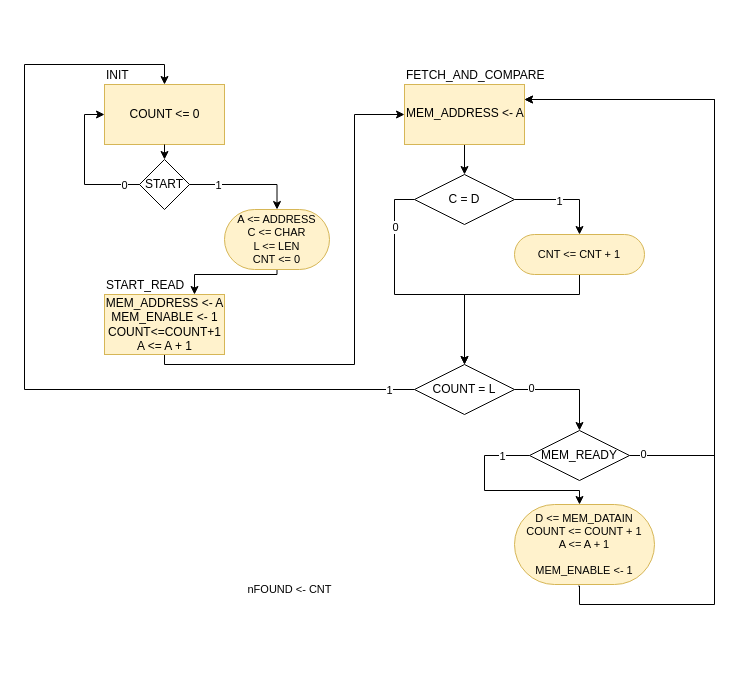
Before: page "search_chr_improved" (4 of 5) of ASMcharts/ASM.drawio in DavidTrevisan/calcolatori_elettronici_2025, a draw.io diagram. Source tidied: cells renumbered, new cells numbered last; positions are measured from the earlier drawing's top-left corner, leaving out a move shared by most shapes. Both pictures are drawn from the tidied source at 100%, with x=0, y=0 at pixel (24, 64).
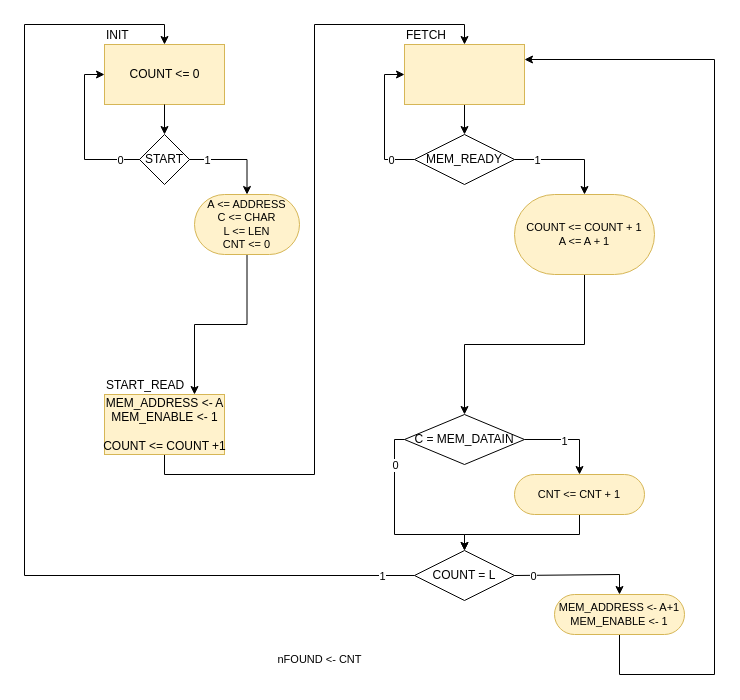
The same diagram, later.

Commit message:
[ASM] search_chr c improved again

The edit, as a diff of the source:
```diff
@@
     <mxCell id="2" style="edgeStyle=orthogonalEdgeStyle;rounded=0;jettySize=auto;html=1;entryX=0;entryY=0.5;entryDx=0;entryDy=0;strokeColor=default;align=center;verticalAlign=middle;fontFamily=Helvetica;fontSize=11;fontColor=default;labelBackgroundColor=default;jumpStyle=arc;endArrow=classic;exitX=1;exitY=0.5;exitDx=0;exitDy=0;" parent="1" edge="1" source="9" target="4">
       <mxGeometry relative="1" as="geometry">
         <Array as="points">
-          <mxPoint x="60" y="120" />
-          <mxPoint x="60" y="50" />
+          <mxPoint x="60" y="95" />
+          <mxPoint x="60" y="10" />
         </Array>
       </mxGeometry>
     </mxCell>
-    <mxCell id="3" value="0" style="edgeLabel;html=1;align=center;verticalAlign=middle;fontFamily=Helvetica;fontSize=11;fontColor=default;labelBackgroundColor=default;" parent="2" vertex="1">
-      <mxGeometry x="-0.47" y="1" relative="1" as="geometry">
-        <mxPoint x="-14" y="-1" as="offset" />
-      </mxGeometry>
-    </mxCell>
+    <mxCell id="38" value="0" style="edgeLabel;html=1;align=center;verticalAlign=middle;fontFamily=Helvetica;fontSize=11;fontColor=default;labelBackgroundColor=default;" parent="2" vertex="1">
+      <mxGeometry x="-0.47" y="1" relative="1" as="geometry">
+        <mxPoint x="-14" y="-1" as="offset" />
+      </mxGeometry>
+    </mxCell>
     <mxCell id="4" value="INIT" style="rounded=0;whiteSpace=wrap;html=1;verticalAlign=bottom;labelPosition=center;verticalLabelPosition=top;align=left;fillColor=#fff2cc;strokeColor=#d6b656;" parent="1" vertex="1">
-      <mxGeometry x="80" y="20" width="120" height="60" as="geometry" />
+      <mxGeometry x="80" y="-20" width="120" height="60" as="geometry" />
     </mxCell>
     <mxCell id="5" value="COUNT &amp;lt;= 0" style="text;html=1;align=center;verticalAlign=middle;strokeColor=none;fillColor=none;" parent="1" vertex="1">
-      <mxGeometry x="95" y="35" width="90" height="30" as="geometry" />
+      <mxGeometry x="95" y="-5" width="90" height="30" as="geometry" />
     </mxCell>
-    <mxCell id="6" style="edgeStyle=orthogonalEdgeStyle;rounded=0;jettySize=auto;html=1;entryX=0.5;entryY=0;entryDx=0;entryDy=0;strokeColor=default;align=center;verticalAlign=middle;fontFamily=Helvetica;fontSize=11;fontColor=default;labelBackgroundColor=default;jumpStyle=arc;endArrow=classic;" parent="1" edge="1" target="9">
-      <mxGeometry relative="1" as="geometry">
-        <mxPoint x="140" y="80" as="sourcePoint" />
-      </mxGeometry>
-    </mxCell>
+    <mxCell id="39" style="edgeStyle=orthogonalEdgeStyle;rounded=0;jettySize=auto;html=1;entryX=0.5;entryY=0;entryDx=0;entryDy=0;strokeColor=default;align=center;verticalAlign=middle;fontFamily=Helvetica;fontSize=11;fontColor=default;labelBackgroundColor=default;jumpStyle=arc;endArrow=classic;" parent="1" edge="1" source="4" target="9">
+      <mxGeometry relative="1" as="geometry" />
+    </mxCell>
-    <mxCell id="7" style="edgeStyle=orthogonalEdgeStyle;shape=connector;rounded=0;jumpStyle=arc;jettySize=auto;html=1;strokeColor=default;align=center;verticalAlign=middle;fontFamily=Helvetica;fontSize=11;fontColor=default;labelBackgroundColor=default;endArrow=classic;entryX=0.5;entryY=0;entryDx=0;entryDy=0;" parent="1" edge="1" source="9" target="11">
+    <mxCell id="7" style="edgeStyle=orthogonalEdgeStyle;shape=connector;rounded=0;jumpStyle=arc;jettySize=auto;html=1;entryX=0.5;entryY=0;entryDx=0;entryDy=0;strokeColor=default;align=center;verticalAlign=middle;fontFamily=Helvetica;fontSize=11;fontColor=default;labelBackgroundColor=default;endArrow=classic;" parent="1" edge="1" source="9" target="11">
       <mxGeometry relative="1" as="geometry">
         <Array as="points">
-          <mxPoint x="253" y="120" />
+          <mxPoint x="222" y="95" />
         </Array>
       </mxGeometry>
     </mxCell>
-    <mxCell id="8" value="1" style="edgeLabel;html=1;align=center;verticalAlign=middle;fontFamily=Helvetica;fontSize=11;fontColor=default;labelBackgroundColor=default;" parent="7" vertex="1">
-      <mxGeometry x="0.04" y="-1" relative="1" as="geometry">
-        <mxPoint x="-31" y="-1" as="offset" />
-      </mxGeometry>
-    </mxCell>
+    <mxCell id="40" value="1" style="edgeLabel;html=1;align=center;verticalAlign=middle;fontFamily=Helvetica;fontSize=11;fontColor=default;labelBackgroundColor=default;" parent="7" vertex="1">
+      <mxGeometry x="0.04" y="-1" relative="1" as="geometry">
+        <mxPoint x="-31" y="-1" as="offset" />
+      </mxGeometry>
+    </mxCell>
     <mxCell id="9" value="START" style="rhombus;whiteSpace=wrap;html=1;" parent="1" vertex="1">
-      <mxGeometry x="115" y="95" width="50" height="50" as="geometry" />
+      <mxGeometry x="115" y="70" width="50" height="50" as="geometry" />
     </mxCell>
     <mxCell id="10" style="edgeStyle=orthogonalEdgeStyle;shape=connector;rounded=0;jumpStyle=arc;jettySize=auto;html=1;entryX=0.75;entryY=0;entryDx=0;entryDy=0;strokeColor=default;align=center;verticalAlign=middle;fontFamily=Helvetica;fontSize=11;fontColor=default;labelBackgroundColor=default;endArrow=classic;" parent="1" edge="1" source="11" target="36">
-      <mxGeometry relative="1" as="geometry">
-        <Array as="points">
-          <mxPoint x="253" y="210" />
-          <mxPoint x="170" y="210" />
-        </Array>
-      </mxGeometry>
+      <mxGeometry relative="1" as="geometry" />
     </mxCell>
     <mxCell id="11" value="A &amp;lt;= ADDRESS&lt;br&gt;C &amp;lt;= CHAR&lt;br&gt;L &amp;lt;= LEN&lt;br&gt;CNT &amp;lt;= 0" style="rounded=1;whiteSpace=wrap;html=1;fontFamily=Helvetica;fontSize=11;labelBackgroundColor=none;fillColor=#fff2cc;strokeColor=#d6b656;arcSize=50;" parent="1" vertex="1">
-      <mxGeometry x="200" y="145" width="105" height="60" as="geometry" />
+      <mxGeometry x="170" y="130" width="105" height="60" as="geometry" />
     </mxCell>
-    <mxCell id="12" style="edgeStyle=orthogonalEdgeStyle;rounded=0;jettySize=auto;html=1;entryX=0.5;entryY=0;entryDx=0;entryDy=0;" parent="1" edge="1" source="13" target="19">
-      <mxGeometry relative="1" as="geometry" />
-    </mxCell>
-    <mxCell id="13" value="FETCH_AND_COMPARE" style="rounded=0;whiteSpace=wrap;html=1;verticalAlign=bottom;labelPosition=center;verticalLabelPosition=top;align=left;fillColor=#fff2cc;strokeColor=#d6b656;" parent="1" vertex="1">
-      <mxGeometry x="380" y="20" width="120" height="60" as="geometry" />
-    </mxCell>
-    <mxCell id="14" value="D &amp;lt;= MEM_DATAIN&lt;br&gt;COUNT &amp;lt;= COUNT + 1&lt;br&gt;&lt;div&gt;A &amp;lt;= A + 1&lt;br&gt;&lt;br&gt;MEM_ENABLE &amp;lt;- 1&lt;/div&gt;" style="rounded=1;whiteSpace=wrap;html=1;fontFamily=Helvetica;fontSize=11;labelBackgroundColor=none;fillColor=#fff2cc;strokeColor=#d6b656;arcSize=50;" parent="1" vertex="1">
-      <mxGeometry x="490" y="440" width="140" height="80" as="geometry" />
-    </mxCell>
-    <mxCell id="15" style="edgeStyle=orthogonalEdgeStyle;shape=connector;rounded=0;jumpStyle=arc;jettySize=auto;html=1;entryX=0.5;entryY=0;entryDx=0;entryDy=0;strokeColor=default;align=center;verticalAlign=middle;fontFamily=Helvetica;fontSize=11;fontColor=default;labelBackgroundColor=default;endArrow=classic;exitX=1;exitY=0.5;exitDx=0;exitDy=0;" parent="1" edge="1" source="19" target="21">
-      <mxGeometry relative="1" as="geometry" />
-    </mxCell>
-    <mxCell id="16" value="1" style="edgeLabel;html=1;align=center;verticalAlign=middle;fontFamily=Helvetica;fontSize=11;fontColor=default;labelBackgroundColor=default;" parent="15" vertex="1">
-      <mxGeometry x="-0.13" y="-1" relative="1" as="geometry" />
-    </mxCell>
-    <mxCell id="17" style="edgeStyle=orthogonalEdgeStyle;shape=connector;rounded=0;jumpStyle=arc;jettySize=auto;html=1;strokeColor=default;align=center;verticalAlign=middle;fontFamily=Helvetica;fontSize=11;fontColor=default;labelBackgroundColor=default;endArrow=classic;exitX=0;exitY=0.5;exitDx=0;exitDy=0;entryX=0.5;entryY=0;entryDx=0;entryDy=0;" parent="1" edge="1" source="19" target="26">
-      <mxGeometry relative="1" as="geometry">
-        <Array as="points">
-          <mxPoint x="370" y="135" />
-          <mxPoint x="370" y="230" />
-          <mxPoint x="440" y="230" />
-        </Array>
-      </mxGeometry>
-    </mxCell>
-    <mxCell id="18" value="0" style="edgeLabel;html=1;align=center;verticalAlign=middle;fontFamily=Helvetica;fontSize=11;fontColor=default;labelBackgroundColor=default;" parent="17" vertex="1">
-      <mxGeometry x="-0.63" relative="1" as="geometry" />
-    </mxCell>
-    <mxCell id="19" value="C = D" style="rhombus;whiteSpace=wrap;html=1;" parent="1" vertex="1">
-      <mxGeometry x="390" y="110" width="100" height="50" as="geometry" />
-    </mxCell>
+    <mxCell id="41" style="edgeStyle=orthogonalEdgeStyle;shape=connector;rounded=0;jumpStyle=arc;jettySize=auto;html=1;entryX=0.5;entryY=0;entryDx=0;entryDy=0;strokeColor=default;align=center;verticalAlign=middle;fontFamily=Helvetica;fontSize=11;fontColor=default;labelBackgroundColor=default;endArrow=classic;" parent="1" edge="1" source="42" target="33">
+      <mxGeometry relative="1" as="geometry" />
+    </mxCell>
+    <mxCell id="42" value="FETCH" style="rounded=0;whiteSpace=wrap;html=1;verticalAlign=bottom;labelPosition=center;verticalLabelPosition=top;align=left;fillColor=#fff2cc;strokeColor=#d6b656;" parent="1" vertex="1">
+      <mxGeometry x="380" y="-20" width="120" height="60" as="geometry" />
+    </mxCell>
+    <mxCell id="43" style="edgeStyle=orthogonalEdgeStyle;shape=connector;rounded=0;jumpStyle=arc;jettySize=auto;html=1;entryX=0;entryY=0.5;entryDx=0;entryDy=0;strokeColor=default;align=center;verticalAlign=middle;fontFamily=Helvetica;fontSize=11;fontColor=default;labelBackgroundColor=default;endArrow=classic;exitX=0;exitY=0.5;exitDx=0;exitDy=0;" parent="1" edge="1" source="33" target="42">
+      <mxGeometry relative="1" as="geometry" />
+    </mxCell>
+    <mxCell id="44" value="0" style="edgeLabel;html=1;align=center;verticalAlign=middle;fontFamily=Helvetica;fontSize=11;fontColor=default;labelBackgroundColor=default;" parent="43" vertex="1">
+      <mxGeometry x="-0.64" relative="1" as="geometry" />
+    </mxCell>
+    <mxCell id="45" style="edgeStyle=orthogonalEdgeStyle;shape=connector;rounded=0;jumpStyle=arc;jettySize=auto;html=1;entryX=0.5;entryY=0;entryDx=0;entryDy=0;strokeColor=default;align=center;verticalAlign=middle;fontFamily=Helvetica;fontSize=11;fontColor=default;labelBackgroundColor=default;endArrow=classic;exitX=1;exitY=0.5;exitDx=0;exitDy=0;" parent="1" edge="1" source="33" target="48">
+      <mxGeometry relative="1" as="geometry" />
+    </mxCell>
+    <mxCell id="46" value="1" style="edgeLabel;html=1;align=center;verticalAlign=middle;fontFamily=Helvetica;fontSize=11;fontColor=default;labelBackgroundColor=default;" parent="45" vertex="1">
+      <mxGeometry x="-0.58" relative="1" as="geometry" />
+    </mxCell>
+    <mxCell id="33" value="MEM_READY" style="rhombus;whiteSpace=wrap;html=1;" parent="1" vertex="1">
+      <mxGeometry x="390" y="70" width="100" height="50" as="geometry" />
+    </mxCell>
+    <mxCell id="47" style="edgeStyle=orthogonalEdgeStyle;shape=connector;rounded=0;jumpStyle=arc;jettySize=auto;html=1;entryX=0.5;entryY=0;entryDx=0;entryDy=0;strokeColor=default;align=center;verticalAlign=middle;fontFamily=Helvetica;fontSize=11;fontColor=default;labelBackgroundColor=default;endArrow=classic;" parent="1" edge="1" source="48" target="53">
+      <mxGeometry relative="1" as="geometry" />
+    </mxCell>
+    <mxCell id="48" value="COUNT &amp;lt;= COUNT + 1&lt;br&gt;&lt;div&gt;A &amp;lt;= A + 1&lt;/div&gt;" style="rounded=1;whiteSpace=wrap;html=1;fontFamily=Helvetica;fontSize=11;labelBackgroundColor=none;fillColor=#fff2cc;strokeColor=#d6b656;arcSize=50;" parent="1" vertex="1">
+      <mxGeometry x="490" y="130" width="140" height="80" as="geometry" />
+    </mxCell>
+    <mxCell id="49" style="edgeStyle=orthogonalEdgeStyle;shape=connector;rounded=0;jumpStyle=arc;jettySize=auto;html=1;entryX=0.5;entryY=0;entryDx=0;entryDy=0;strokeColor=default;align=center;verticalAlign=middle;fontFamily=Helvetica;fontSize=11;fontColor=default;labelBackgroundColor=default;endArrow=classic;exitX=1;exitY=0.5;exitDx=0;exitDy=0;" parent="1" edge="1" source="53" target="21">
+      <mxGeometry relative="1" as="geometry" />
+    </mxCell>
+    <mxCell id="50" value="1" style="edgeLabel;html=1;align=center;verticalAlign=middle;fontFamily=Helvetica;fontSize=11;fontColor=default;labelBackgroundColor=default;" parent="49" vertex="1">
+      <mxGeometry x="-0.13" y="-1" relative="1" as="geometry" />
+    </mxCell>
+    <mxCell id="51" style="edgeStyle=orthogonalEdgeStyle;shape=connector;rounded=0;jumpStyle=arc;jettySize=auto;html=1;strokeColor=default;align=center;verticalAlign=middle;fontFamily=Helvetica;fontSize=11;fontColor=default;labelBackgroundColor=default;endArrow=classic;exitX=0;exitY=0.5;exitDx=0;exitDy=0;entryX=0.5;entryY=0;entryDx=0;entryDy=0;" parent="1" edge="1" source="53" target="26">
+      <mxGeometry relative="1" as="geometry">
+        <Array as="points">
+          <mxPoint x="370" y="375" />
+          <mxPoint x="370" y="470" />
+          <mxPoint x="440" y="470" />
+        </Array>
+      </mxGeometry>
+    </mxCell>
+    <mxCell id="52" value="0" style="edgeLabel;html=1;align=center;verticalAlign=middle;fontFamily=Helvetica;fontSize=11;fontColor=default;labelBackgroundColor=default;" parent="51" vertex="1">
+      <mxGeometry x="-0.63" relative="1" as="geometry" />
+    </mxCell>
+    <mxCell id="53" value="C = MEM_DATAIN" style="rhombus;whiteSpace=wrap;html=1;" parent="1" vertex="1">
+      <mxGeometry x="380" y="350" width="120" height="50" as="geometry" />
+    </mxCell>
     <mxCell id="20" style="edgeStyle=orthogonalEdgeStyle;shape=connector;rounded=0;jumpStyle=arc;jettySize=auto;html=1;entryX=0.5;entryY=0;entryDx=0;entryDy=0;strokeColor=default;align=center;verticalAlign=middle;fontFamily=Helvetica;fontSize=11;fontColor=default;labelBackgroundColor=default;endArrow=classic;" parent="1" edge="1" source="21" target="26">
       <mxGeometry relative="1" as="geometry">
         <Array as="points">
-          <mxPoint x="555" y="230" />
-          <mxPoint x="440" y="230" />
+          <mxPoint x="555" y="470" />
+          <mxPoint x="440" y="470" />
         </Array>
       </mxGeometry>
     </mxCell>
     <mxCell id="21" value="CNT &amp;lt;= CNT + 1" style="rounded=1;whiteSpace=wrap;html=1;fontFamily=Helvetica;fontSize=11;labelBackgroundColor=none;fillColor=#fff2cc;strokeColor=#d6b656;arcSize=50;" parent="1" vertex="1">
-      <mxGeometry x="490" y="170" width="130" height="40" as="geometry" />
+      <mxGeometry x="490" y="410" width="130" height="40" as="geometry" />
     </mxCell>
-    <mxCell id="22" style="edgeStyle=orthogonalEdgeStyle;shape=connector;rounded=0;jumpStyle=arc;jettySize=auto;html=1;entryX=0.5;entryY=0;entryDx=0;entryDy=0;strokeColor=default;align=center;verticalAlign=middle;fontFamily=Helvetica;fontSize=11;fontColor=default;labelBackgroundColor=default;endArrow=classic;exitX=0;exitY=0.5;exitDx=0;exitDy=0;" parent="1" edge="1" source="33">
-      <mxGeometry relative="1" as="geometry">
-        <mxPoint x="555" y="440" as="targetPoint" />
-        <Array as="points">
-          <mxPoint x="460" y="391" />
-          <mxPoint x="460" y="426" />
-          <mxPoint x="555" y="426" />
-        </Array>
-      </mxGeometry>
-    </mxCell>
-    <mxCell id="23" value="1" style="edgeLabel;html=1;align=center;verticalAlign=middle;fontFamily=Helvetica;fontSize=11;fontColor=default;labelBackgroundColor=default;" parent="22" vertex="1">
-      <mxGeometry x="-0.7" relative="1" as="geometry" />
-    </mxCell>
-    <mxCell id="24" style="edgeStyle=orthogonalEdgeStyle;shape=connector;rounded=0;jumpStyle=arc;jettySize=auto;html=1;entryX=0.5;entryY=0;entryDx=0;entryDy=0;strokeColor=default;align=center;verticalAlign=middle;fontFamily=Helvetica;fontSize=11;fontColor=default;labelBackgroundColor=default;endArrow=classic;exitX=0;exitY=0.5;exitDx=0;exitDy=0;" parent="1" edge="1" source="26" target="4">
+    <mxCell id="24" style="edgeStyle=orthogonalEdgeStyle;shape=connector;rounded=0;jumpStyle=arc;jettySize=auto;html=1;entryX=0.5;entryY=0;entryDx=0;entryDy=0;strokeColor=default;align=center;verticalAlign=middle;fontFamily=Helvetica;fontSize=11;fontColor=default;labelBackgroundColor=default;endArrow=classic;" parent="1" edge="1" source="26" target="4">
       <mxGeometry relative="1" as="geometry">
         <Array as="points">
-          <mxPoint y="325" />
-          <mxPoint />
-          <mxPoint x="140" />
+          <mxPoint y="511" />
+          <mxPoint y="-40" />
+          <mxPoint x="140" y="-40" />
         </Array>
       </mxGeometry>
     </mxCell>
-    <mxCell id="25" value="1" style="edgeLabel;html=1;align=center;verticalAlign=middle;fontFamily=Helvetica;fontSize=11;fontColor=default;labelBackgroundColor=default;" parent="24" vertex="1">
-      <mxGeometry x="-0.94" relative="1" as="geometry" />
-    </mxCell>
+    <mxCell id="54" value="1" style="edgeLabel;html=1;align=center;verticalAlign=middle;fontFamily=Helvetica;fontSize=11;fontColor=default;labelBackgroundColor=default;" parent="24" vertex="1">
+      <mxGeometry x="-0.94" relative="1" as="geometry" />
+    </mxCell>
     <mxCell id="26" value="COUNT = L" style="rhombus;whiteSpace=wrap;html=1;" parent="1" vertex="1">
-      <mxGeometry x="390" y="300" width="100" height="50" as="geometry" />
+      <mxGeometry x="390" y="486" width="100" height="50" as="geometry" />
     </mxCell>
-    <mxCell id="27" style="edgeStyle=orthogonalEdgeStyle;shape=connector;rounded=0;jumpStyle=arc;jettySize=auto;html=1;entryX=1;entryY=0.25;entryDx=0;entryDy=0;strokeColor=default;align=center;verticalAlign=middle;fontFamily=Helvetica;fontSize=11;fontColor=default;labelBackgroundColor=default;endArrow=classic;exitX=0.456;exitY=1.019;exitDx=0;exitDy=0;exitPerimeter=0;" parent="1" edge="1" source="14" target="13">
-      <mxGeometry relative="1" as="geometry">
-        <Array as="points">
-          <mxPoint x="555" y="522" />
-          <mxPoint x="555" y="540" />
-          <mxPoint x="690" y="540" />
-          <mxPoint x="690" y="35" />
-        </Array>
-      </mxGeometry>
-    </mxCell>
+    <mxCell id="55" style="edgeStyle=orthogonalEdgeStyle;shape=connector;rounded=0;jumpStyle=arc;jettySize=auto;html=1;entryX=1;entryY=0.25;entryDx=0;entryDy=0;strokeColor=default;align=center;verticalAlign=middle;fontFamily=Helvetica;fontSize=11;fontColor=default;labelBackgroundColor=default;endArrow=classic;exitX=0.5;exitY=1;exitDx=0;exitDy=0;" parent="1" edge="1" source="56" target="42">
+      <mxGeometry relative="1" as="geometry">
+        <Array as="points">
+          <mxPoint x="595" y="610" />
+          <mxPoint x="690" y="610" />
+          <mxPoint x="690" y="-5" />
+        </Array>
+      </mxGeometry>
+    </mxCell>
+    <mxCell id="56" value="MEM_ADDRESS &amp;lt;- A+1&lt;br&gt;MEM_ENABLE &amp;lt;- 1" style="rounded=1;whiteSpace=wrap;html=1;fontFamily=Helvetica;fontSize=11;labelBackgroundColor=none;fillColor=#fff2cc;strokeColor=#d6b656;arcSize=50;" parent="1" vertex="1">
+      <mxGeometry x="530" y="530" width="130" height="40" as="geometry" />
+    </mxCell>
     <mxCell id="28" value="nFOUND &amp;lt;- CNT" style="text;html=1;align=center;verticalAlign=middle;strokeColor=none;fillColor=none;fontFamily=Helvetica;fontSize=11;fontColor=default;labelBackgroundColor=default;" parent="1" vertex="1">
-      <mxGeometry x="210" y="510" width="110" height="30" as="geometry" />
+      <mxGeometry x="240" y="580" width="110" height="30" as="geometry" />
     </mxCell>
-    <mxCell id="29" style="edgeStyle=orthogonalEdgeStyle;shape=connector;rounded=0;jumpStyle=arc;jettySize=auto;html=1;entryX=0.5;entryY=0;entryDx=0;entryDy=0;strokeColor=default;align=center;verticalAlign=middle;fontFamily=Helvetica;fontSize=11;fontColor=default;labelBackgroundColor=default;endArrow=classic;" parent="1" edge="1" source="26" target="33">
-      <mxGeometry relative="1" as="geometry" />
-    </mxCell>
-    <mxCell id="30" value="0" style="edgeLabel;html=1;align=center;verticalAlign=middle;fontFamily=Helvetica;fontSize=11;fontColor=default;labelBackgroundColor=default;" parent="29" vertex="1">
-      <mxGeometry x="-0.69" y="2" relative="1" as="geometry" />
-    </mxCell>
-    <mxCell id="31" style="edgeStyle=orthogonalEdgeStyle;shape=connector;rounded=0;jumpStyle=arc;jettySize=auto;html=1;entryX=1;entryY=0.25;entryDx=0;entryDy=0;strokeColor=default;align=center;verticalAlign=middle;fontFamily=Helvetica;fontSize=11;fontColor=default;labelBackgroundColor=default;endArrow=classic;" parent="1" edge="1" source="33" target="13">
-      <mxGeometry relative="1" as="geometry">
-        <Array as="points">
-          <mxPoint x="690" y="391" />
-          <mxPoint x="690" y="35" />
-        </Array>
-      </mxGeometry>
-    </mxCell>
-    <mxCell id="32" value="0" style="edgeLabel;html=1;align=center;verticalAlign=middle;fontFamily=Helvetica;fontSize=11;fontColor=default;labelBackgroundColor=default;" parent="31" vertex="1">
-      <mxGeometry x="-0.96" y="2" relative="1" as="geometry" />
-    </mxCell>
-    <mxCell id="33" value="MEM_READY" style="rhombus;whiteSpace=wrap;html=1;" parent="1" vertex="1">
-      <mxGeometry x="505" y="366" width="100" height="50" as="geometry" />
-    </mxCell>
-    <mxCell id="34" value="MEM_ADDRESS &amp;lt;- A" style="text;whiteSpace=wrap;html=1;" parent="1" vertex="1">
-      <mxGeometry x="380" y="35" width="150" height="30" as="geometry" />
-    </mxCell>
-    <mxCell id="35" style="edgeStyle=orthogonalEdgeStyle;rounded=0;jettySize=auto;html=1;entryX=0;entryY=0.5;entryDx=0;entryDy=0;" parent="1" edge="1" source="36" target="13">
-      <mxGeometry relative="1" as="geometry">
-        <Array as="points">
-          <mxPoint x="140" y="300" />
-          <mxPoint x="330" y="300" />
-          <mxPoint x="330" y="50" />
-        </Array>
-      </mxGeometry>
-    </mxCell>
+    <mxCell id="57" style="edgeStyle=orthogonalEdgeStyle;shape=connector;rounded=0;jumpStyle=arc;jettySize=auto;html=1;entryX=0.5;entryY=0;entryDx=0;entryDy=0;strokeColor=default;align=center;verticalAlign=middle;fontFamily=Helvetica;fontSize=11;fontColor=default;labelBackgroundColor=default;endArrow=classic;" parent="1" edge="1" source="26" target="56">
+      <mxGeometry relative="1" as="geometry" />
+    </mxCell>
+    <mxCell id="58" value="0" style="edgeLabel;html=1;align=center;verticalAlign=middle;fontFamily=Helvetica;fontSize=11;fontColor=default;labelBackgroundColor=default;" parent="57" vertex="1">
+      <mxGeometry x="-0.69" y="2" relative="1" as="geometry" />
+    </mxCell>
+    <mxCell id="59" style="edgeStyle=orthogonalEdgeStyle;rounded=0;jettySize=auto;html=1;entryX=0.5;entryY=0;entryDx=0;entryDy=0;exitX=0.5;exitY=1;exitDx=0;exitDy=0;" parent="1" edge="1" source="36" target="42">
+      <mxGeometry relative="1" as="geometry" />
+    </mxCell>
     <mxCell id="36" value="START_READ" style="rounded=0;whiteSpace=wrap;html=1;verticalAlign=bottom;labelPosition=center;verticalLabelPosition=top;align=left;fillColor=#fff2cc;strokeColor=#d6b656;" parent="1" vertex="1">
-      <mxGeometry x="80" y="230" width="120" height="60" as="geometry" />
+      <mxGeometry x="80" y="330" width="120" height="60" as="geometry" />
     </mxCell>
-    <mxCell id="37" value="MEM_ADDRESS &amp;lt;- A&lt;br&gt;MEM_ENABLE &amp;lt;- 1&lt;br&gt;COUNT&amp;lt;=COUNT+1&lt;br&gt;A &amp;lt;= A + 1" style="text;html=1;align=center;verticalAlign=middle;strokeColor=none;fillColor=none;" parent="1" vertex="1">
-      <mxGeometry x="70" y="225" width="140" height="70" as="geometry" />
-    </mxCell>
+    <mxCell id="60" value="MEM_ADDRESS &amp;lt;- A&lt;br&gt;MEM_ENABLE &amp;lt;- 1&lt;br&gt;&lt;br&gt;COUNT &amp;lt;= COUNT +1" style="text;html=1;align=center;verticalAlign=middle;strokeColor=none;fillColor=none;" parent="1" vertex="1">
+      <mxGeometry x="65" y="325" width="150" height="70" as="geometry" />
+    </mxCell>
```
